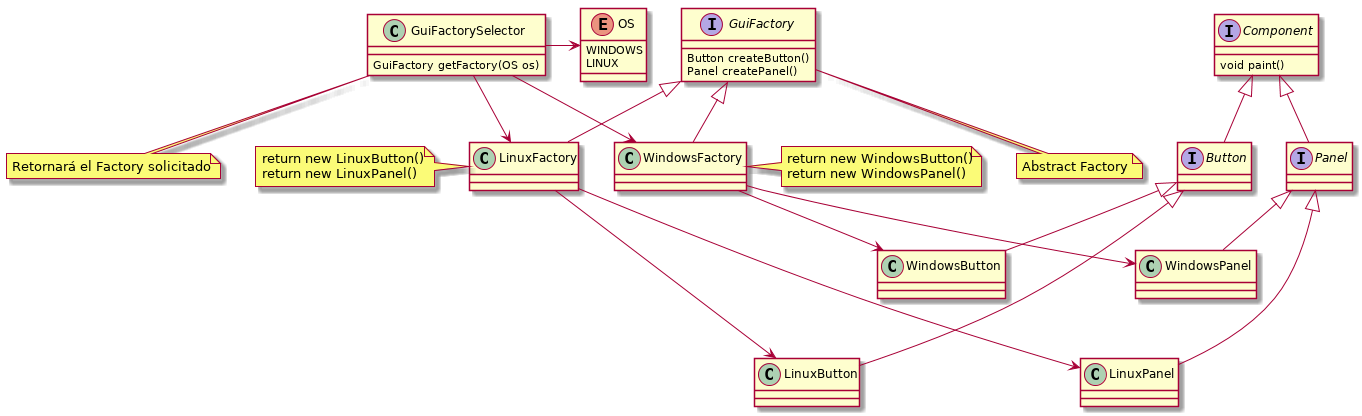
Earlier version of the PlantUML export plantuml/abstractfactory.png (sauljabin/java-design-patterns).
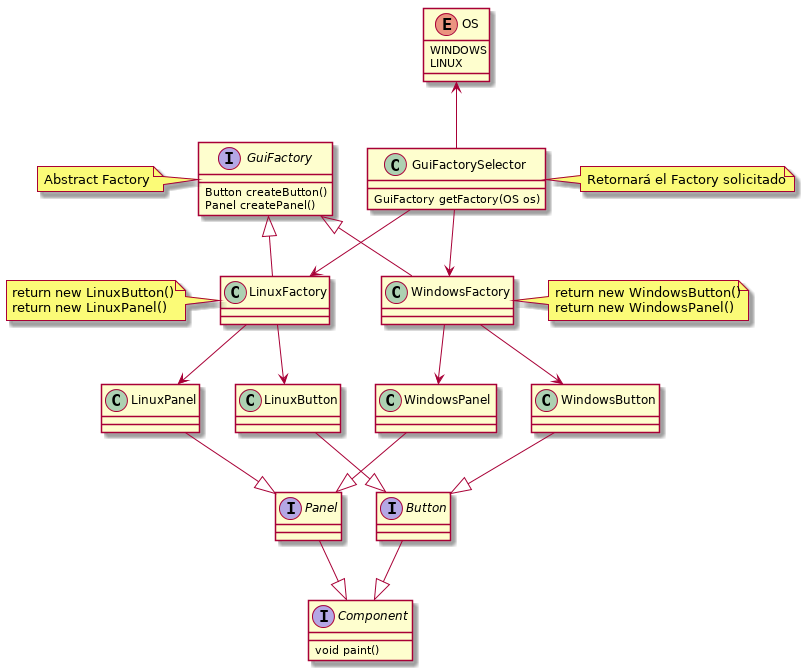
The same diagram one commit later.

Commit message:
Se actualiza imagen UML de AbstractFactory

Diff of the diagram source:
```diff
@@ -23,35 +23,35 @@
 interface Panel
 interface Button
 
-Component <|-- Button
-Component <|-- Panel
+Button -down-|> Component
+Panel -down-|> Component
 
-Button <|-- WindowsButton
-Button <|--- LinuxButton
+WindowsButton -down-|> Button
+LinuxButton -down-|> Button
 
-Panel <|-- WindowsPanel
-Panel <|--- LinuxPanel
+WindowsPanel -down-|> Panel
+LinuxPanel -down-|> Panel
 
 GuiFactorySelector --> WindowsFactory
 GuiFactorySelector --> LinuxFactory
-GuiFactorySelector -r-> OS
+GuiFactorySelector -up-> OS
 
-WindowsFactory --> WindowsPanel
-WindowsFactory --> WindowsButton
+WindowsFactory -down-> WindowsPanel
+WindowsFactory -down-> WindowsButton
 
-LinuxFactory --> LinuxPanel
-LinuxFactory --> LinuxButton
+LinuxFactory -down-> LinuxPanel
+LinuxFactory -down-> LinuxButton
 
 note "Retornará el Factory solicitado" as NoteGuiFactorySelector
-GuiFactorySelector .. NoteGuiFactorySelector
+GuiFactorySelector .right. NoteGuiFactorySelector
 
 note "Abstract Factory" as NoteGuiFactory
-GuiFactory .. NoteGuiFactory
+GuiFactory .left. NoteGuiFactory
 
 note "return new WindowsButton()\nreturn new WindowsPanel()" as NoteWindowsFactory
-WindowsFactory .r. NoteWindowsFactory
+WindowsFactory .right. NoteWindowsFactory
 
 note "return new LinuxButton()\nreturn new LinuxPanel()" as NoteLinuxFactory
-LinuxFactory .l. NoteLinuxFactory
+LinuxFactory .left. NoteLinuxFactory
 
 @enduml
```
